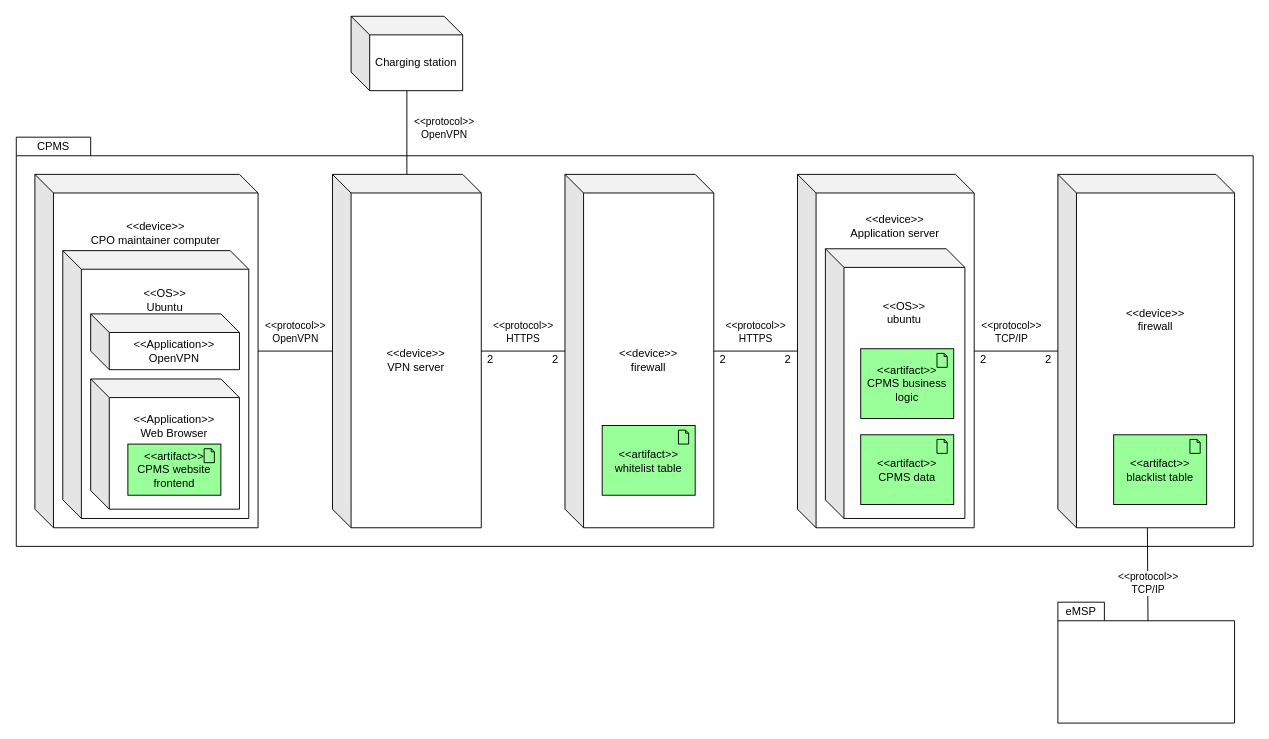
Above: page "CPMS-deployment" (4 of 5) of DD/Graphics/DD.drawio in federico-mandelli/CoriglianoMandelliPignataro (draw.io), before the change. Source tidied: cells renumbered, new cells numbered last; positions are measured from the earlier drawing's top-left corner, leaving out a move shared by most shapes. Both pictures are drawn from the tidied source at 93%, with x=0, y=0 at pixel (16, 16).
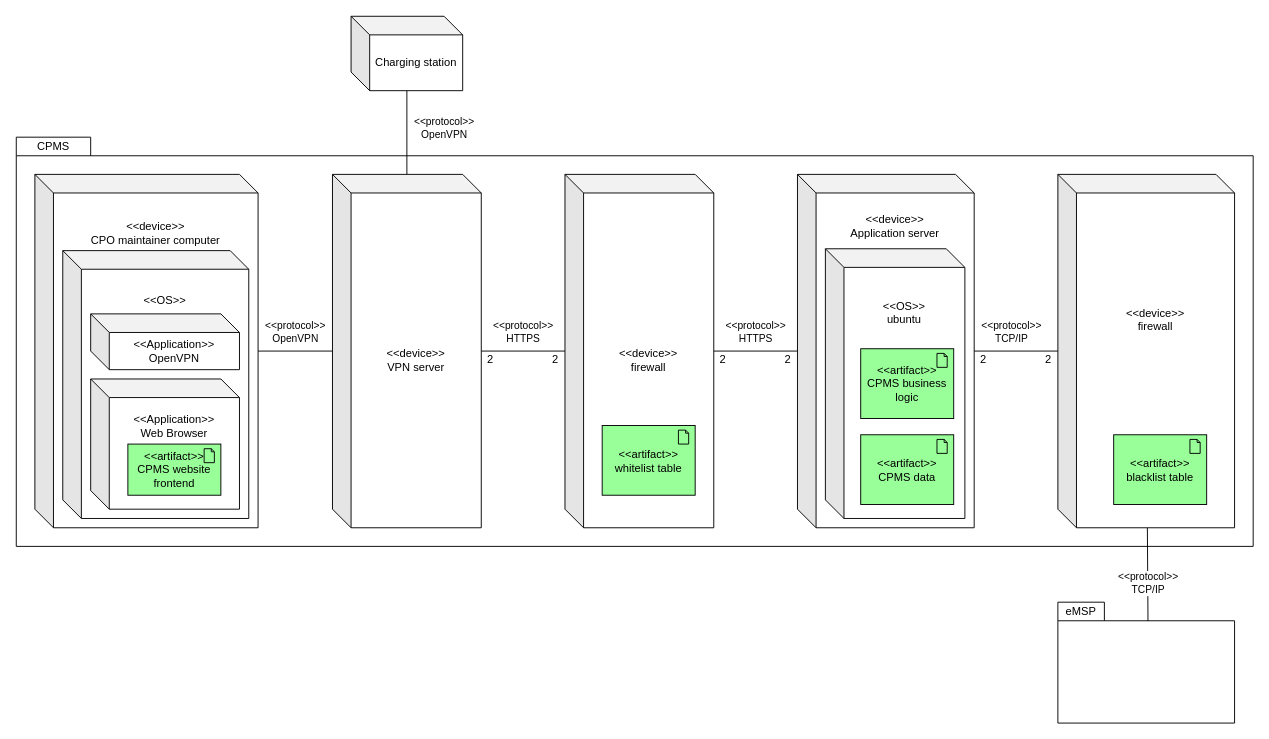
After the change.

Commit message (it also covers changes not shown here):
[DD] removed ubuntu OS in CPMS deployment view

What changed in the source:
```diff
@@
-    <mxCell id="8" value="&amp;lt;&amp;lt;OS&amp;gt;&amp;gt;&lt;br&gt;Ubuntu&lt;br&gt;&lt;br&gt;&lt;br&gt;&lt;br&gt;&lt;br&gt;&lt;br&gt;&lt;br&gt;&lt;br&gt;&lt;br&gt;&lt;br&gt;&lt;br&gt;&lt;br&gt;&lt;br&gt;&lt;br&gt;&lt;br&gt;" style="shape=cube;whiteSpace=wrap;html=1;boundedLbl=1;backgroundOutline=1;darkOpacity=0.05;darkOpacity2=0.1;" parent="1" vertex="1">
+    <mxCell id="8" value="&amp;lt;&amp;lt;OS&amp;gt;&amp;gt;&lt;br&gt;&lt;br&gt;&lt;br&gt;&lt;br&gt;&lt;br&gt;&lt;br&gt;&lt;br&gt;&lt;br&gt;&lt;br&gt;&lt;br&gt;&lt;br&gt;&lt;br&gt;&lt;br&gt;&lt;br&gt;&lt;br&gt;" style="shape=cube;whiteSpace=wrap;html=1;boundedLbl=1;backgroundOutline=1;darkOpacity=0.05;darkOpacity2=0.1;" parent="1" vertex="1">
       <mxGeometry x="50" y="252" width="200" height="288" as="geometry" />
     </mxCell>
```
